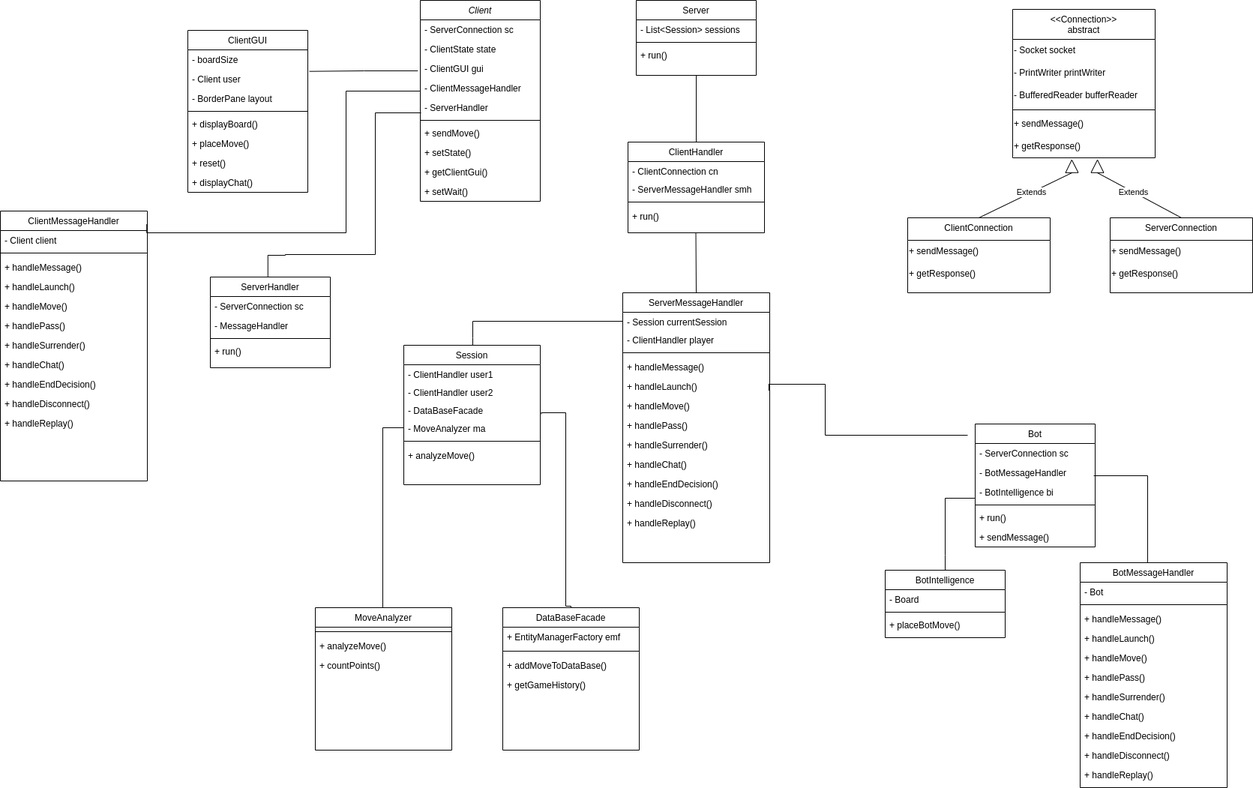
Wiktor-Bachta/GO-game keeps this draw.io diagram as diagrams/diagram_klas.png. Above is the earlier version. Source tidied: cells renumbered, new cells last; positions are measured from the earlier drawing's top-left corner, leaving out a move shared by most shapes.
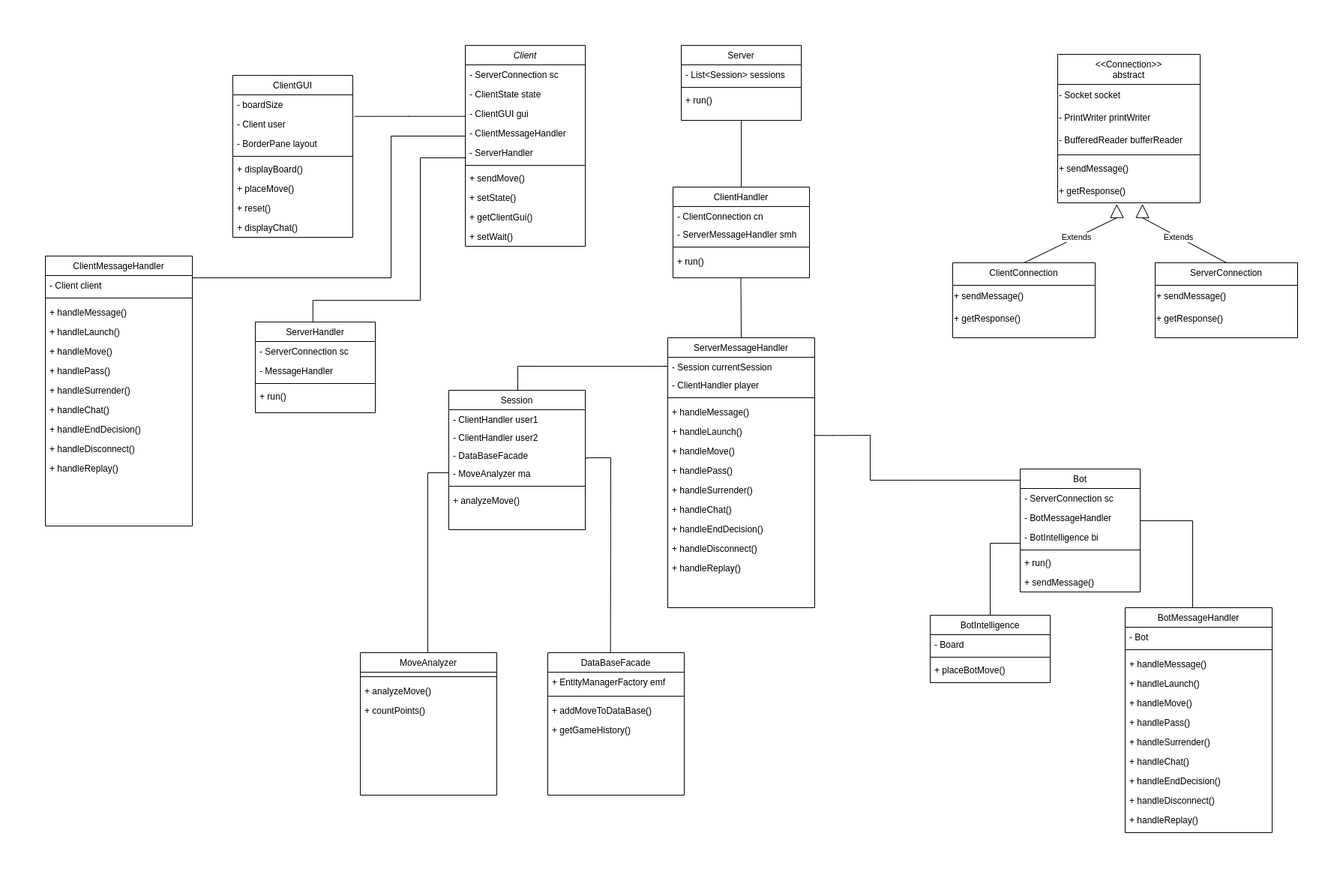
The same diagram one commit later.

Commit message:
Diagram class corrected

Change to the diagram source:
```diff
@@ -136,7 +136,7 @@
     <mxCell id="45" value="+ displayChat()" style="text;align=left;verticalAlign=top;spacingLeft=4;spacingRight=4;overflow=hidden;" parent="37" vertex="1">
       <mxGeometry y="190" width="160" height="26" as="geometry" />
     </mxCell>
-    <mxCell id="46" style="endArrow=none;html=1;edgeStyle=orthogonalEdgeStyle;rounded=0;exitX=-0.02;exitY=0.615;exitDx=0;exitDy=0;exitPerimeter=0;entryX=1.014;entryY=1.104;entryDx=0;entryDy=0;entryPerimeter=0;" parent="1" edge="1" source="5" target="38">
+    <mxCell id="46" style="endArrow=none;html=1;edgeStyle=orthogonalEdgeStyle;rounded=0;exitX=-0.001;exitY=0.64;exitDx=0;exitDy=0;exitPerimeter=0;entryX=1.014;entryY=1.104;entryDx=0;entryDy=0;entryPerimeter=0;" parent="1" edge="1" source="5" target="38">
       <mxGeometry relative="1" as="geometry" />
     </mxCell>
     <mxCell id="47" value="ClientMessageHandler" style="swimlane;fontStyle=0;align=center;verticalAlign=top;horizontal=1;startSize=26;rounded=0;shadow=0;strokeWidth=1;" parent="1" vertex="1">
@@ -240,13 +240,13 @@
     <mxCell id="76" value="+ countPoints()" style="text;align=left;verticalAlign=top;spacingLeft=4;spacingRight=4;overflow=hidden;" parent="73" vertex="1">
       <mxGeometry y="64" width="182" height="30" as="geometry" />
     </mxCell>
-    <mxCell id="77" style="endArrow=none;html=1;edgeStyle=orthogonalEdgeStyle;rounded=0;entryX=1.008;entryY=0.738;entryDx=0;entryDy=0;entryPerimeter=0;exitX=0.5;exitY=0;exitDx=0;exitDy=0;" parent="1" edge="1" source="78" target="68">
+    <mxCell id="77" style="endArrow=none;html=1;edgeStyle=orthogonalEdgeStyle;rounded=0;entryX=1.008;entryY=0.738;entryDx=0;entryDy=0;entryPerimeter=0;exitX=0.46;exitY=0.002;exitDx=0;exitDy=0;exitPerimeter=0;" parent="1" edge="1" source="78" target="68">
       <mxGeometry relative="1" as="geometry">
         <Array as="points">
-          <mxPoint x="761" y="808" />
+          <mxPoint x="754" y="808" />
           <mxPoint x="754" y="808" />
           <mxPoint x="754" y="550" />
-          <mxPoint x="721" y="550" />
+          <mxPoint x="722" y="550" />
         </Array>
       </mxGeometry>
     </mxCell>
@@ -286,12 +286,11 @@
     <mxCell id="89" value="+ sendMessage()" style="text;align=left;verticalAlign=top;spacingLeft=4;spacingRight=4;overflow=hidden;" parent="83" vertex="1">
       <mxGeometry y="138" width="160" height="26" as="geometry" />
     </mxCell>
-    <mxCell id="90" style="endArrow=none;html=1;edgeStyle=orthogonalEdgeStyle;rounded=0;exitX=0.994;exitY=0.703;exitDx=0;exitDy=0;exitPerimeter=0;" parent="1" edge="1" source="28">
+    <mxCell id="90" style="endArrow=none;html=1;edgeStyle=orthogonalEdgeStyle;rounded=0;exitX=0.994;exitY=0.703;exitDx=0;exitDy=0;exitPerimeter=0;entryX=0;entryY=0.091;entryDx=0;entryDy=0;entryPerimeter=0;" parent="1" edge="1" source="28" target="83">
       <mxGeometry relative="1" as="geometry">
-        <mxPoint x="1290" y="580" as="targetPoint" />
         <Array as="points">
-          <mxPoint x="1025" y="512" />
-          <mxPoint x="1100" y="512" />
+          <mxPoint x="1050" y="520" />
+          <mxPoint x="1100" y="520" />
           <mxPoint x="1100" y="580" />
         </Array>
       </mxGeometry>
@@ -317,12 +316,12 @@
     <mxCell id="95" value="+ placeBotMove()" style="text;align=left;verticalAlign=top;spacingLeft=4;spacingRight=4;overflow=hidden;" parent="92" vertex="1">
       <mxGeometry y="60" width="160" height="26" as="geometry" />
     </mxCell>
-    <mxCell id="96" style="endArrow=none;html=1;edgeStyle=orthogonalEdgeStyle;rounded=0;entryX=0.988;entryY=0.665;entryDx=0;entryDy=0;entryPerimeter=0;" parent="1" edge="1" target="85">
+    <mxCell id="96" style="endArrow=none;html=1;edgeStyle=orthogonalEdgeStyle;rounded=0;entryX=1.001;entryY=0.656;entryDx=0;entryDy=0;entryPerimeter=0;" parent="1" edge="1" target="85">
       <mxGeometry relative="1" as="geometry">
         <mxPoint x="1530" y="750" as="sourcePoint" />
         <Array as="points">
           <mxPoint x="1530" y="634" />
-          <mxPoint x="1458" y="634" />
+          <mxPoint x="1470" y="634" />
         </Array>
       </mxGeometry>
     </mxCell>
@@ -415,13 +414,13 @@
         </Array>
       </mxGeometry>
     </mxCell>
-    <mxCell id="124" style="endArrow=none;html=1;edgeStyle=orthogonalEdgeStyle;rounded=0;exitX=-0.02;exitY=0.615;exitDx=0;exitDy=0;exitPerimeter=0;entryX=0.996;entryY=0.049;entryDx=0;entryDy=0;entryPerimeter=0;" parent="1" edge="1" target="47">
+    <mxCell id="124" style="endArrow=none;html=1;edgeStyle=orthogonalEdgeStyle;rounded=0;exitX=-0.02;exitY=0.615;exitDx=0;exitDy=0;exitPerimeter=0;entryX=1;entryY=0.08;entryDx=0;entryDy=0;entryPerimeter=0;" parent="1" edge="1" target="48">
       <mxGeometry relative="1" as="geometry">
         <mxPoint x="560" y="121" as="sourcePoint" />
         <Array as="points">
           <mxPoint x="461" y="121" />
           <mxPoint x="461" y="310" />
-          <mxPoint x="195" y="310" />
+          <mxPoint x="196" y="310" />
         </Array>
       </mxGeometry>
     </mxCell>
@@ -430,8 +429,7 @@
         <mxPoint x="561" y="150" as="sourcePoint" />
         <Array as="points">
           <mxPoint x="500" y="150" />
-          <mxPoint x="500" y="339" />
-          <mxPoint x="380" y="339" />
+          <mxPoint x="500" y="340" />
           <mxPoint x="357" y="340" />
         </Array>
       </mxGeometry>
```
